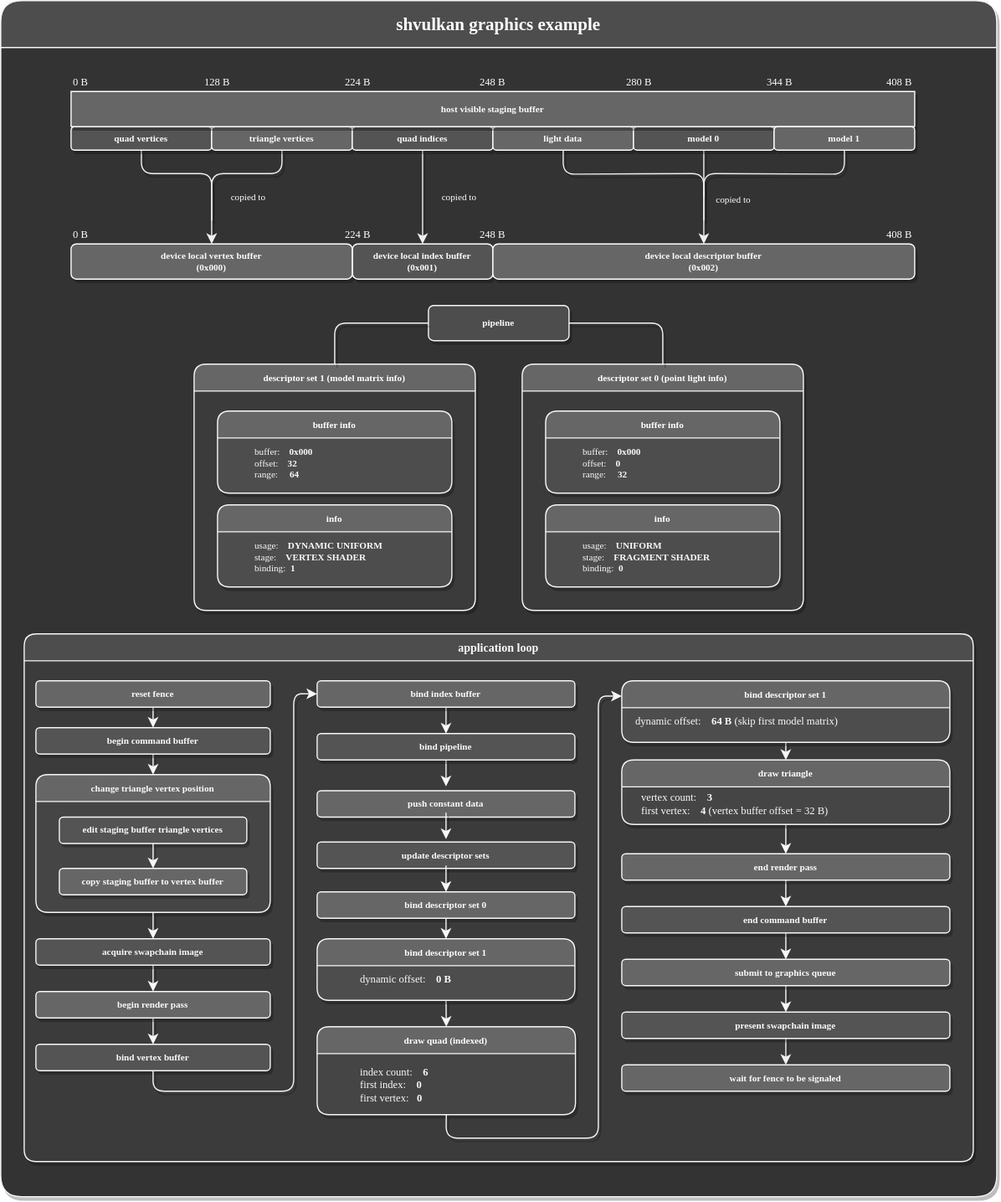
This is examples/diagrams/shvulkan graphics.drawio.svg from MrSinho/shvulkan, a draw.io export, as it was before one commit. Source tidied: cells renumbered, new cells last; positions are measured from the earlier drawing's top-left corner, leaving out a move shared by most shapes.
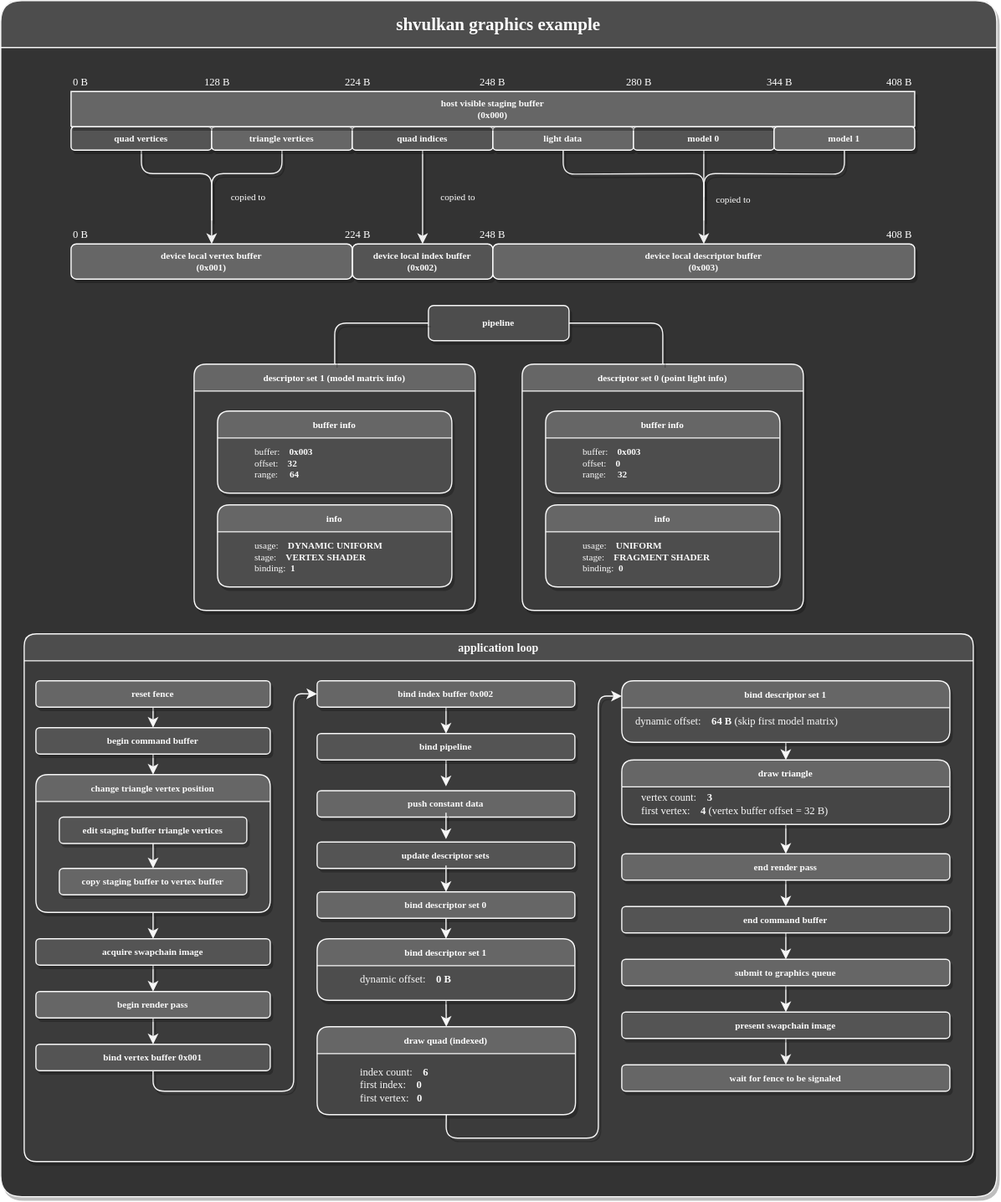
The same diagram one commit later.

Change to the diagram source:
```diff
@@ -73,7 +73,7 @@
     <mxCell id="16" value="buffer info" style="swimlane;whiteSpace=wrap;html=1;fontSize=8;fontFamily=consolas;fillColor=#666666;fontColor=#FFFFFF;strokeColor=#F7F7F7;rounded=1;swimlaneFillColor=#4D4D4D;shadow=1;labelBackgroundColor=none;" parent="15" vertex="1">
       <mxGeometry x="20" y="40" width="200" height="70" as="geometry" />
     </mxCell>
-    <mxCell id="17" value="buffer:&amp;nbsp; &amp;nbsp;&amp;nbsp;&lt;b style=&quot;font-size: 8px;&quot;&gt;0x000&lt;/b&gt;&lt;br style=&quot;font-size: 8px;&quot;&gt;offset:&amp;nbsp; &amp;nbsp;&amp;nbsp;&lt;b style=&quot;font-size: 8px;&quot;&gt;0&lt;br style=&quot;font-size: 8px;&quot;&gt;&lt;/b&gt;range:&amp;nbsp; &amp;nbsp; &amp;nbsp;&lt;b style=&quot;font-size: 8px;&quot;&gt;32&lt;/b&gt;" style="text;html=1;align=left;verticalAlign=middle;strokeColor=none;fillColor=none;fontSize=8;fontFamily=consolas;fontColor=#FAFAFA;labelBackgroundColor=none;shadow=1;" parent="16" vertex="1">
+    <mxCell id="17" value="buffer:&amp;nbsp; &amp;nbsp;&amp;nbsp;&lt;b style=&quot;font-size: 8px;&quot;&gt;0x003&lt;/b&gt;&lt;br style=&quot;font-size: 8px;&quot;&gt;offset:&amp;nbsp; &amp;nbsp;&amp;nbsp;&lt;b style=&quot;font-size: 8px;&quot;&gt;0&lt;br style=&quot;font-size: 8px;&quot;&gt;&lt;/b&gt;range:&amp;nbsp; &amp;nbsp; &amp;nbsp;&lt;b style=&quot;font-size: 8px;&quot;&gt;32&lt;/b&gt;" style="text;html=1;align=left;verticalAlign=middle;strokeColor=none;fillColor=none;fontSize=8;fontFamily=consolas;fontColor=#FAFAFA;labelBackgroundColor=none;shadow=1;" parent="16" vertex="1">
       <mxGeometry x="30" y="25" width="90" height="40" as="geometry" />
     </mxCell>
     <mxCell id="18" value="info" style="swimlane;whiteSpace=wrap;html=1;fontSize=8;fontFamily=consolas;fillColor=#666666;fontColor=#FFFFFF;strokeColor=#F7F7F7;rounded=1;swimlaneFillColor=#4D4D4D;shadow=1;labelBackgroundColor=none;" parent="15" vertex="1">
@@ -88,7 +88,7 @@
     <mxCell id="21" value="buffer info" style="swimlane;whiteSpace=wrap;html=1;fontSize=8;fontFamily=consolas;fillColor=#666666;strokeColor=#F7F7F7;fontColor=#FFFFFF;rounded=1;swimlaneFillColor=#4D4D4D;shadow=1;labelBackgroundColor=none;" parent="20" vertex="1">
       <mxGeometry x="20" y="40" width="200" height="70" as="geometry" />
     </mxCell>
-    <mxCell id="22" value="buffer:&amp;nbsp; &amp;nbsp;&amp;nbsp;&lt;b style=&quot;font-size: 8px;&quot;&gt;0x000&lt;/b&gt;&lt;br style=&quot;font-size: 8px;&quot;&gt;offset:&amp;nbsp; &amp;nbsp; &lt;b style=&quot;font-size: 8px;&quot;&gt;32&lt;br style=&quot;font-size: 8px;&quot;&gt;&lt;/b&gt;range:&amp;nbsp; &amp;nbsp; &amp;nbsp;&lt;b style=&quot;font-size: 8px;&quot;&gt;64&lt;/b&gt;" style="text;html=1;align=left;verticalAlign=middle;strokeColor=none;fillColor=none;fontSize=8;fontFamily=consolas;fontColor=#FAFAFA;labelBackgroundColor=none;shadow=1;" parent="21" vertex="1">
+    <mxCell id="22" value="buffer:&amp;nbsp; &amp;nbsp;&amp;nbsp;&lt;b style=&quot;font-size: 8px;&quot;&gt;0x003&lt;/b&gt;&lt;br style=&quot;font-size: 8px;&quot;&gt;offset:&amp;nbsp; &amp;nbsp; &lt;b style=&quot;font-size: 8px;&quot;&gt;32&lt;br style=&quot;font-size: 8px;&quot;&gt;&lt;/b&gt;range:&amp;nbsp; &amp;nbsp; &amp;nbsp;&lt;b style=&quot;font-size: 8px;&quot;&gt;64&lt;/b&gt;" style="text;html=1;align=left;verticalAlign=middle;strokeColor=none;fillColor=none;fontSize=8;fontFamily=consolas;fontColor=#FAFAFA;labelBackgroundColor=none;shadow=1;" parent="21" vertex="1">
       <mxGeometry x="30" y="25" width="90" height="40" as="geometry" />
     </mxCell>
     <mxCell id="23" value="info" style="swimlane;whiteSpace=wrap;html=1;fontSize=8;fontFamily=consolas;fillColor=#666666;strokeColor=#F7F7F7;fontColor=#FFFFFF;rounded=1;swimlaneFillColor=#4D4D4D;shadow=1;labelBackgroundColor=none;" parent="20" vertex="1">
@@ -112,7 +112,7 @@
     <mxCell id="29" value="&lt;b style=&quot;font-size: 8px;&quot;&gt;model 0&lt;/b&gt;" style="rounded=1;whiteSpace=wrap;html=1;labelBackgroundColor=none;fontFamily=consolas;fontSize=8;fillColor=#545454;fontColor=#FAFAFA;strokeColor=#FFFFFF;strokeWidth=1;shadow=1;swimlaneFillColor=none;" parent="2" vertex="1">
       <mxGeometry x="540" y="107.5" width="120" height="20" as="geometry" />
     </mxCell>
-    <mxCell id="30" value="&lt;font style=&quot;font-size: 8px;&quot;&gt;host visible staging buffer&lt;/font&gt;" style="swimlane;whiteSpace=wrap;html=1;startSize=30;fontFamily=consolas;fontSize=8;fillColor=#666666;strokeColor=#FFFFFF;fontColor=#FAFAFA;rounded=1;strokeWidth=1;shadow=1;labelBackgroundColor=none;swimlaneFillColor=none;" parent="2" vertex="1">
+    <mxCell id="30" value="&lt;font style=&quot;font-size: 8px;&quot;&gt;host visible staging buffer&lt;br&gt;(0x000)&lt;br&gt;&lt;/font&gt;" style="swimlane;whiteSpace=wrap;html=1;startSize=30;fontFamily=consolas;fontSize=8;fillColor=#666666;strokeColor=#FFFFFF;fontColor=#FAFAFA;rounded=1;strokeWidth=1;shadow=1;labelBackgroundColor=none;swimlaneFillColor=none;" parent="2" vertex="1">
       <mxGeometry x="60" y="77.5" width="720" height="30" as="geometry" />
     </mxCell>
     <mxCell id="31" value="&lt;b style=&quot;font-size: 8px;&quot;&gt;model 1&lt;/b&gt;" style="rounded=1;whiteSpace=wrap;html=1;labelBackgroundColor=none;fontFamily=consolas;fontSize=8;fillColor=#666666;fontColor=#FAFAFA;strokeColor=#FFFFFF;strokeWidth=1;shadow=1;swimlaneFillColor=none;" parent="2" vertex="1">
@@ -145,7 +145,7 @@
     <mxCell id="40" value="begin render pass" style="whiteSpace=wrap;html=1;align=center;fontFamily=consolas;fontSize=8;fontStyle=1;fillColor=#666666;strokeColor=#F7F7F7;fontColor=#FAFAFA;swimlaneFillColor=none;rounded=1;shadow=1;labelBackgroundColor=none;" parent="2" vertex="1">
       <mxGeometry x="30" y="845" width="200" height="22.5" as="geometry" />
     </mxCell>
-    <mxCell id="41" value="bind vertex buffer" style="whiteSpace=wrap;html=1;align=center;fontFamily=consolas;fontSize=8;fontStyle=1;fillColor=#545454;strokeColor=#F7F7F7;fontColor=#FAFAFA;swimlaneFillColor=none;rounded=1;shadow=1;labelBackgroundColor=none;" parent="2" vertex="1">
+    <mxCell id="41" value="bind vertex buffer 0x001" style="whiteSpace=wrap;html=1;align=center;fontFamily=consolas;fontSize=8;fontStyle=1;fillColor=#545454;strokeColor=#F7F7F7;fontColor=#FAFAFA;swimlaneFillColor=none;rounded=1;shadow=1;labelBackgroundColor=none;" parent="2" vertex="1">
       <mxGeometry x="30" y="890" width="200" height="22.5" as="geometry" />
     </mxCell>
     <mxCell id="42" style="endArrow=classic;html=1;rounded=1;shadow=1;fontFamily=consolas;fontSize=8;sourcePerimeterSpacing=100;jumpSize=6;exitX=0.5;exitY=1;exitDx=0;exitDy=0;fontStyle=1;entryX=0;entryY=0.5;entryDx=0;entryDy=0;strokeColor=#F7F7F7;fontColor=#FAFAFA;labelBackgroundColor=none;" parent="2" edge="1" source="41" target="44">
@@ -160,7 +160,7 @@
     <mxCell id="43" style="edgeStyle=none;rounded=0;jumpSize=6;jettySize=auto;html=1;exitX=0.5;exitY=1;exitDx=0;exitDy=0;entryX=0.5;entryY=0;entryDx=0;entryDy=0;shadow=1;fontFamily=consolas;fontSize=8;sourcePerimeterSpacing=100;strokeColor=#F7F7F7;fontColor=#FAFAFA;labelBackgroundColor=none;" parent="2" edge="1" source="44" target="46">
       <mxGeometry relative="1" as="geometry" />
     </mxCell>
-    <mxCell id="44" value="bind index buffer" style="whiteSpace=wrap;html=1;align=center;fontFamily=consolas;fontSize=8;fontStyle=1;fillColor=#666666;fontColor=#FAFAFA;strokeColor=#F7F7F7;swimlaneFillColor=none;rounded=1;shadow=1;labelBackgroundColor=none;" parent="2" vertex="1">
+    <mxCell id="44" value="bind index buffer 0x002" style="whiteSpace=wrap;html=1;align=center;fontFamily=consolas;fontSize=8;fontStyle=1;fillColor=#666666;fontColor=#FAFAFA;strokeColor=#F7F7F7;swimlaneFillColor=none;rounded=1;shadow=1;labelBackgroundColor=none;" parent="2" vertex="1">
       <mxGeometry x="270" y="580" width="220" height="22.5" as="geometry" />
     </mxCell>
     <mxCell id="45" style="edgeStyle=none;rounded=0;jumpSize=6;jettySize=auto;html=1;exitX=0.5;exitY=1;exitDx=0;exitDy=0;entryX=0.5;entryY=0;entryDx=0;entryDy=0;shadow=1;fontFamily=consolas;fontSize=8;sourcePerimeterSpacing=100;strokeColor=#F7F7F7;fontColor=#FAFAFA;labelBackgroundColor=none;" parent="2" edge="1" source="46">
@@ -286,13 +286,13 @@
     <mxCell id="77" value="0 B" style="text;html=1;strokeColor=none;fillColor=none;align=left;verticalAlign=bottom;whiteSpace=wrap;rounded=0;fontFamily=consolas;fontSize=9;fontColor=#FFFFFF;" parent="2" vertex="1">
       <mxGeometry x="60" y="60" width="50" height="17.5" as="geometry" />
     </mxCell>
-    <mxCell id="78" value="&lt;font style=&quot;font-size: 8px;&quot; face=&quot;consolas&quot;&gt;&lt;b style=&quot;font-size: 8px;&quot;&gt;device local vertex buffer&lt;br style=&quot;font-size: 8px;&quot;&gt;(0x000)&lt;/b&gt;&lt;/font&gt;" style="rounded=1;whiteSpace=wrap;html=1;shadow=1;glass=0;labelBackgroundColor=none;strokeColor=#FFFFFF;strokeWidth=1;fontColor=#FAFAFA;fillColor=#666666;fontSize=8;swimlaneFillColor=none;" parent="2" vertex="1">
+    <mxCell id="78" value="&lt;font style=&quot;font-size: 8px;&quot; face=&quot;consolas&quot;&gt;&lt;b style=&quot;font-size: 8px;&quot;&gt;device local vertex buffer&lt;br style=&quot;font-size: 8px;&quot;&gt;(0x001)&lt;/b&gt;&lt;/font&gt;" style="rounded=1;whiteSpace=wrap;html=1;shadow=1;glass=0;labelBackgroundColor=none;strokeColor=#FFFFFF;strokeWidth=1;fontColor=#FAFAFA;fillColor=#666666;fontSize=8;swimlaneFillColor=none;" parent="2" vertex="1">
       <mxGeometry x="60" y="207.5" width="240" height="30" as="geometry" />
     </mxCell>
-    <mxCell id="79" value="&lt;font style=&quot;font-size: 8px;&quot; face=&quot;consolas&quot;&gt;&lt;b style=&quot;font-size: 8px;&quot;&gt;device local index buffer&lt;br style=&quot;font-size: 8px;&quot;&gt;(0x001)&lt;/b&gt;&lt;/font&gt;" style="rounded=1;whiteSpace=wrap;html=1;shadow=1;glass=0;labelBackgroundColor=none;strokeColor=#FFFFFF;strokeWidth=1;fontColor=#FAFAFA;fillColor=#545454;fontSize=8;swimlaneFillColor=none;" parent="2" vertex="1">
+    <mxCell id="79" value="&lt;font style=&quot;font-size: 8px;&quot; face=&quot;consolas&quot;&gt;&lt;b style=&quot;font-size: 8px;&quot;&gt;device local index buffer&lt;br style=&quot;font-size: 8px;&quot;&gt;(0x002)&lt;/b&gt;&lt;/font&gt;" style="rounded=1;whiteSpace=wrap;html=1;shadow=1;glass=0;labelBackgroundColor=none;strokeColor=#FFFFFF;strokeWidth=1;fontColor=#FAFAFA;fillColor=#545454;fontSize=8;swimlaneFillColor=none;" parent="2" vertex="1">
       <mxGeometry x="300.2" y="207.5" width="119.8" height="30" as="geometry" />
     </mxCell>
-    <mxCell id="80" value="&lt;font style=&quot;font-size: 8px;&quot; face=&quot;consolas&quot;&gt;&lt;b style=&quot;font-size: 8px;&quot;&gt;device local descriptor buffer&lt;br style=&quot;font-size: 8px;&quot;&gt;(0x002)&lt;/b&gt;&lt;/font&gt;" style="rounded=1;whiteSpace=wrap;html=1;shadow=1;glass=0;labelBackgroundColor=none;strokeColor=#FFFFFF;strokeWidth=1;fontColor=#FAFAFA;fillColor=#666666;fontSize=8;swimlaneFillColor=none;" parent="2" vertex="1">
+    <mxCell id="80" value="&lt;font style=&quot;font-size: 8px;&quot; face=&quot;consolas&quot;&gt;&lt;b style=&quot;font-size: 8px;&quot;&gt;device local descriptor buffer&lt;br style=&quot;font-size: 8px;&quot;&gt;(0x003)&lt;/b&gt;&lt;/font&gt;" style="rounded=1;whiteSpace=wrap;html=1;shadow=1;glass=0;labelBackgroundColor=none;strokeColor=#FFFFFF;strokeWidth=1;fontColor=#FAFAFA;fillColor=#666666;fontSize=8;swimlaneFillColor=none;" parent="2" vertex="1">
       <mxGeometry x="420" y="207.5" width="360" height="30" as="geometry" />
     </mxCell>
     <mxCell id="81" style="endArrow=classic;html=1;exitX=0.5;exitY=1;exitDx=0;exitDy=0;fontFamily=consolas;fontSize=8;fontColor=#FAFAFA;strokeColor=#F0F0F0;strokeWidth=1;rounded=1;shadow=1;labelBackgroundColor=none;" parent="2" edge="1" source="28">
```
